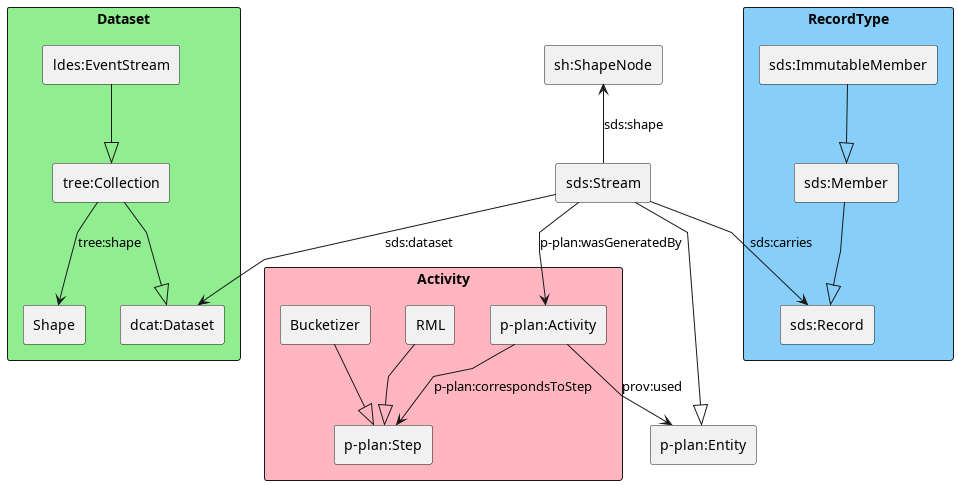
The PlantUML diagram ontology.png in ajuvercr/sds-demo-paper, before a commit.
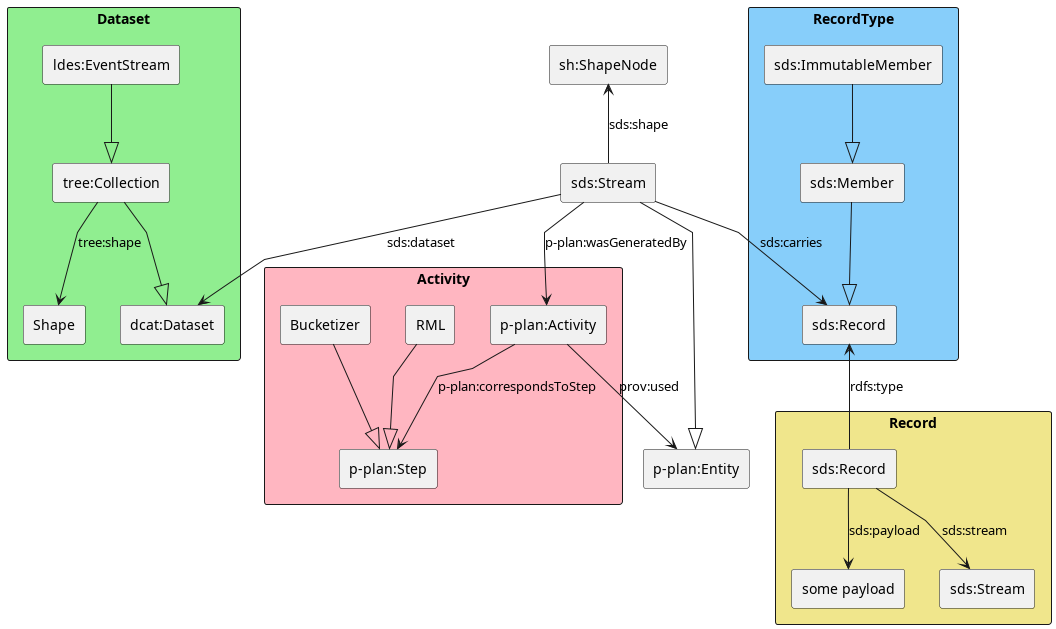
Above is the later version.

The edit, as a diff of the source:
```diff
@@ -28,6 +28,13 @@
   [sds:Record] as rec
 }
 
+rectangle Record #Khaki {
+  [sds:Record] as r
+  [some payload] as payload
+  [sds:Stream] as str
+}
+
+
 [sds:Stream] as stream
 [sh:ShapeNode] as shNode
 [p-plan:Entity] as entity
@@ -54,4 +61,10 @@
 imm --|> mem
 mem --|> rec
 
+
+
+r -up-> rec : "rdfs:type"
+r --> payload : "sds:payload"
+r --> str : "sds:stream"
+
 @enduml
```
